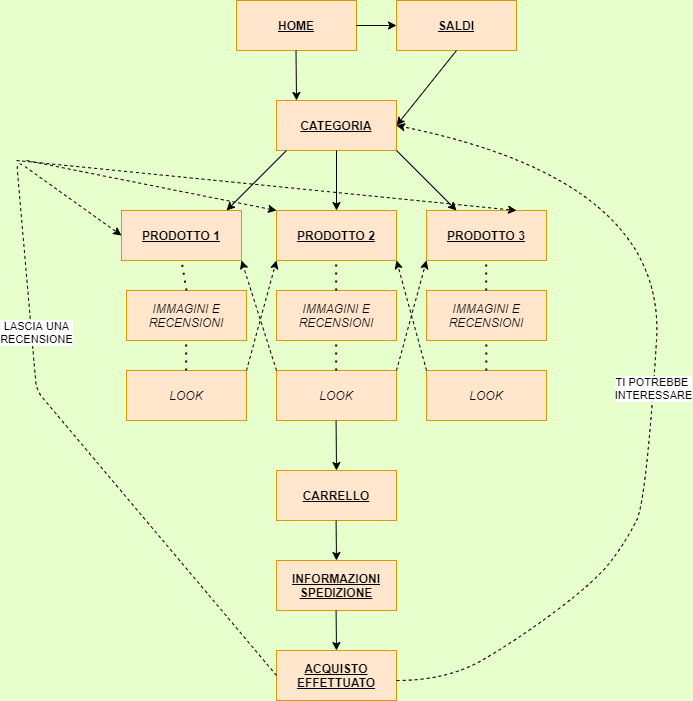
The draw.io diagram AVA Clothing/MappaContenuti.png in Alfio00/AVAClothing, before a commit. Source tidied: cells renumbered, new cells last; positions are measured from the earlier drawing's top-left corner, leaving out a move shared by most shapes. The source it was exported from:
```xml
<mxGraphModel background="#E6FFCC">
  <root>
    <mxCell id="0" />
    <mxCell id="1" parent="0" />
    <mxCell id="2" value="HOME" style="rounded=0;whiteSpace=wrap;html=1;fillColor=#ffe6cc;strokeColor=#d79b00;fontStyle=5;" parent="1" vertex="1">
      <mxGeometry x="220" width="120" height="50" as="geometry" />
    </mxCell>
    <mxCell id="3" value="CATEGORIA" style="rounded=0;whiteSpace=wrap;html=1;fillColor=#ffe6cc;strokeColor=#d79b00;fontStyle=5;" parent="1" vertex="1">
      <mxGeometry x="260" y="100" width="120" height="50" as="geometry" />
    </mxCell>
    <mxCell id="4" value="PRODOTTO 1" style="rounded=0;whiteSpace=wrap;html=1;fillColor=#ffe6cc;strokeColor=#d79b00;fontStyle=5;" parent="1" vertex="1">
      <mxGeometry x="105" y="210" width="120" height="50" as="geometry" />
    </mxCell>
    <mxCell id="5" value="PRODOTTO 3" style="rounded=0;whiteSpace=wrap;html=1;fillColor=#ffe6cc;strokeColor=#d79b00;fontStyle=5;" parent="1" vertex="1">
      <mxGeometry x="410" y="210" width="120" height="50" as="geometry" />
    </mxCell>
    <mxCell id="6" value="PRODOTTO 2" style="rounded=0;whiteSpace=wrap;html=1;fillColor=#ffe6cc;strokeColor=#d79b00;fontStyle=5;" parent="1" vertex="1">
      <mxGeometry x="260" y="210" width="120" height="50" as="geometry" />
    </mxCell>
    <mxCell id="7" value="SALDI" style="rounded=0;whiteSpace=wrap;html=1;fillColor=#ffe6cc;strokeColor=#d79b00;fontStyle=5;" parent="1" vertex="1">
      <mxGeometry x="380" width="120" height="50" as="geometry" />
    </mxCell>
    <mxCell id="8" value="CARRELLO" style="rounded=0;whiteSpace=wrap;html=1;fillColor=#ffe6cc;strokeColor=#d79b00;fontStyle=5;" parent="1" vertex="1">
      <mxGeometry x="260" y="470" width="120" height="50" as="geometry" />
    </mxCell>
    <mxCell id="9" value="INFORMAZIONI SPEDIZIONE" style="rounded=0;whiteSpace=wrap;html=1;fillColor=#ffe6cc;strokeColor=#d79b00;fontStyle=5;" parent="1" vertex="1">
      <mxGeometry x="260" y="560" width="120" height="50" as="geometry" />
    </mxCell>
    <mxCell id="10" value="ACQUISTO EFFETTUATO" style="rounded=0;whiteSpace=wrap;html=1;fillColor=#ffe6cc;strokeColor=#d79b00;fontStyle=5;" parent="1" vertex="1">
      <mxGeometry x="260" y="650" width="120" height="50" as="geometry" />
    </mxCell>
    <mxCell id="11" style="endArrow=classic;html=1;entryX=0;entryY=0.5;entryDx=0;entryDy=0;exitX=1;exitY=0.5;exitDx=0;exitDy=0;" parent="1" edge="1" source="2" target="7">
      <mxGeometry relative="1" as="geometry" />
    </mxCell>
    <mxCell id="12" style="endArrow=classic;html=1;entryX=1;entryY=0.5;entryDx=0;entryDy=0;exitX=0.5;exitY=1;exitDx=0;exitDy=0;" parent="1" edge="1" source="7" target="3">
      <mxGeometry relative="1" as="geometry" />
    </mxCell>
    <mxCell id="13" style="endArrow=classic;html=1;" parent="1" edge="1">
      <mxGeometry relative="1" as="geometry">
        <mxPoint x="279.5" y="50" as="sourcePoint" />
        <mxPoint x="280" y="100" as="targetPoint" />
      </mxGeometry>
    </mxCell>
    <mxCell id="14" value="IMMAGINI E RECENSIONI" style="rounded=0;whiteSpace=wrap;html=1;fillColor=#ffe6cc;strokeColor=#d79b00;fontStyle=2;" parent="1" vertex="1">
      <mxGeometry x="110" y="290" width="120" height="50" as="geometry" />
    </mxCell>
    <mxCell id="15" value="LOOK" style="rounded=0;whiteSpace=wrap;html=1;fillColor=#ffe6cc;strokeColor=#d79b00;fontStyle=2;" parent="1" vertex="1">
      <mxGeometry x="110" y="370" width="120" height="50" as="geometry" />
    </mxCell>
    <mxCell id="16" value="IMMAGINI E RECENSIONI" style="rounded=0;whiteSpace=wrap;html=1;fillColor=#ffe6cc;strokeColor=#d79b00;fontStyle=2;" parent="1" vertex="1">
      <mxGeometry x="260" y="290" width="120" height="50" as="geometry" />
    </mxCell>
    <mxCell id="17" value="LOOK" style="rounded=0;whiteSpace=wrap;html=1;fillColor=#ffe6cc;strokeColor=#d79b00;fontStyle=2;" parent="1" vertex="1">
      <mxGeometry x="260" y="370" width="120" height="50" as="geometry" />
    </mxCell>
    <mxCell id="18" value="IMMAGINI E RECENSIONI" style="rounded=0;whiteSpace=wrap;html=1;fillColor=#ffe6cc;strokeColor=#d79b00;fontStyle=2;" parent="1" vertex="1">
      <mxGeometry x="410" y="290" width="120" height="50" as="geometry" />
    </mxCell>
    <mxCell id="19" value="LOOK" style="rounded=0;whiteSpace=wrap;html=1;fillColor=#ffe6cc;strokeColor=#d79b00;fontStyle=2;" parent="1" vertex="1">
      <mxGeometry x="410" y="370" width="120" height="50" as="geometry" />
    </mxCell>
    <mxCell id="20" style="endArrow=classic;html=1;" parent="1" edge="1">
      <mxGeometry relative="1" as="geometry">
        <mxPoint x="270" y="150" as="sourcePoint" />
        <mxPoint x="210" y="210" as="targetPoint" />
      </mxGeometry>
    </mxCell>
    <mxCell id="21" style="endArrow=classic;html=1;exitX=0.5;exitY=1;exitDx=0;exitDy=0;" parent="1" edge="1" source="3" target="6">
      <mxGeometry relative="1" as="geometry" />
    </mxCell>
    <mxCell id="22" style="endArrow=classic;html=1;entryX=0.25;entryY=0;entryDx=0;entryDy=0;exitX=1;exitY=1;exitDx=0;exitDy=0;" parent="1" edge="1" source="3" target="5">
      <mxGeometry relative="1" as="geometry" />
    </mxCell>
    <mxCell id="23" style="endArrow=none;dashed=1;html=1;dashPattern=1 3;strokeWidth=2;exitX=0.5;exitY=0;exitDx=0;exitDy=0;entryX=0.5;entryY=1;entryDx=0;entryDy=0;" parent="1" edge="1" source="14" target="4">
      <mxGeometry relative="1" as="geometry" />
    </mxCell>
    <mxCell id="24" style="endArrow=none;dashed=1;html=1;dashPattern=1 3;strokeWidth=2;exitX=0.5;exitY=0;exitDx=0;exitDy=0;entryX=0.5;entryY=1;entryDx=0;entryDy=0;" parent="1" edge="1">
      <mxGeometry relative="1" as="geometry">
        <mxPoint x="169.7" y="370" as="sourcePoint" />
        <mxPoint x="169.7" y="340" as="targetPoint" />
      </mxGeometry>
    </mxCell>
    <mxCell id="25" style="endArrow=none;dashed=1;html=1;dashPattern=1 3;strokeWidth=2;exitX=0.5;exitY=0;exitDx=0;exitDy=0;entryX=0.5;entryY=1;entryDx=0;entryDy=0;" parent="1" edge="1">
      <mxGeometry relative="1" as="geometry">
        <mxPoint x="319.7" y="290" as="sourcePoint" />
        <mxPoint x="319.7" y="260" as="targetPoint" />
      </mxGeometry>
    </mxCell>
    <mxCell id="26" style="endArrow=none;dashed=1;html=1;dashPattern=1 3;strokeWidth=2;exitX=0.5;exitY=0;exitDx=0;exitDy=0;entryX=0.5;entryY=1;entryDx=0;entryDy=0;" parent="1" edge="1">
      <mxGeometry relative="1" as="geometry">
        <mxPoint x="319.7" y="370" as="sourcePoint" />
        <mxPoint x="319.7" y="340" as="targetPoint" />
      </mxGeometry>
    </mxCell>
    <mxCell id="27" style="endArrow=none;dashed=1;html=1;dashPattern=1 3;strokeWidth=2;exitX=0.5;exitY=0;exitDx=0;exitDy=0;entryX=0.5;entryY=1;entryDx=0;entryDy=0;" parent="1" edge="1">
      <mxGeometry relative="1" as="geometry">
        <mxPoint x="469.7" y="290" as="sourcePoint" />
        <mxPoint x="469.7" y="260" as="targetPoint" />
      </mxGeometry>
    </mxCell>
    <mxCell id="28" style="endArrow=none;dashed=1;html=1;dashPattern=1 3;strokeWidth=2;exitX=0.5;exitY=0;exitDx=0;exitDy=0;entryX=0.5;entryY=1;entryDx=0;entryDy=0;" parent="1" edge="1">
      <mxGeometry relative="1" as="geometry">
        <mxPoint x="469.8" y="370" as="sourcePoint" />
        <mxPoint x="469.8" y="340" as="targetPoint" />
      </mxGeometry>
    </mxCell>
    <mxCell id="29" style="endArrow=classic;html=1;dashed=1;entryX=0;entryY=1;entryDx=0;entryDy=0;exitX=1;exitY=0;exitDx=0;exitDy=0;" parent="1" edge="1" source="15" target="6">
      <mxGeometry relative="1" as="geometry" />
    </mxCell>
    <mxCell id="30" style="endArrow=classic;html=1;dashed=1;entryX=0;entryY=1;entryDx=0;entryDy=0;exitX=1;exitY=0;exitDx=0;exitDy=0;" parent="1" edge="1" target="5">
      <mxGeometry relative="1" as="geometry">
        <mxPoint x="380" y="370" as="sourcePoint" />
      </mxGeometry>
    </mxCell>
    <mxCell id="31" style="endArrow=classic;html=1;dashed=1;entryX=1;entryY=1;entryDx=0;entryDy=0;exitX=1;exitY=0;exitDx=0;exitDy=0;" parent="1" edge="1" target="4">
      <mxGeometry relative="1" as="geometry">
        <mxPoint x="260" y="370" as="sourcePoint" />
      </mxGeometry>
    </mxCell>
    <mxCell id="32" style="endArrow=classic;html=1;dashed=1;entryX=1;entryY=1;entryDx=0;entryDy=0;exitX=0;exitY=0;exitDx=0;exitDy=0;" parent="1" edge="1" source="19" target="6">
      <mxGeometry relative="1" as="geometry" />
    </mxCell>
    <mxCell id="33" style="endArrow=classic;html=1;exitX=0.5;exitY=1;exitDx=0;exitDy=0;" parent="1" edge="1">
      <mxGeometry relative="1" as="geometry">
        <mxPoint x="319.6" y="420" as="sourcePoint" />
        <mxPoint x="320" y="470" as="targetPoint" />
      </mxGeometry>
    </mxCell>
    <mxCell id="34" style="endArrow=classic;html=1;exitX=0.5;exitY=1;exitDx=0;exitDy=0;" parent="1" edge="1">
      <mxGeometry relative="1" as="geometry">
        <mxPoint x="319.6" y="520" as="sourcePoint" />
        <mxPoint x="320" y="560" as="targetPoint" />
      </mxGeometry>
    </mxCell>
    <mxCell id="35" style="endArrow=classic;html=1;exitX=0.5;exitY=1;exitDx=0;exitDy=0;" parent="1" edge="1">
      <mxGeometry relative="1" as="geometry">
        <mxPoint x="319.6" y="610" as="sourcePoint" />
        <mxPoint x="320" y="650" as="targetPoint" />
      </mxGeometry>
    </mxCell>
    <mxCell id="36" style="curved=1;endArrow=classic;html=1;dashed=1;entryX=1;entryY=0.5;entryDx=0;entryDy=0;" parent="1" edge="1" target="3">
      <mxGeometry relative="1" as="geometry">
        <mxPoint x="380" y="680" as="sourcePoint" />
        <Array as="points">
          <mxPoint x="430" y="680" />
          <mxPoint x="500" y="640" />
          <mxPoint x="580" y="580" />
          <mxPoint x="610" y="540" />
          <mxPoint x="630" y="500" />
          <mxPoint x="650" y="180" />
        </Array>
      </mxGeometry>
    </mxCell>
    <mxCell id="37" value="TI POTREBBE&amp;nbsp;&lt;br&gt;INTERESSARE" style="edgeLabel;html=1;align=center;verticalAlign=middle;" parent="36" vertex="1">
      <mxGeometry x="-0.05" y="1" relative="1" as="geometry" />
    </mxCell>
    <mxCell id="38" style="endArrow=classic;html=1;dashed=1;exitX=0;exitY=0.5;exitDx=0;exitDy=0;entryX=0;entryY=0.5;entryDx=0;entryDy=0;" parent="1" edge="1" source="10" target="4">
      <mxGeometry relative="1" as="geometry">
        <Array as="points">
          <mxPoint x="20" y="390" />
          <mxPoint y="160" />
        </Array>
      </mxGeometry>
    </mxCell>
    <mxCell id="39" value="LASCIA UNA&lt;br&gt;RECENSIONE" style="edgeLabel;html=1;align=center;verticalAlign=middle;" parent="38" vertex="1">
      <mxGeometry x="0.18" y="-4" relative="1" as="geometry" />
    </mxCell>
    <mxCell id="40" style="endArrow=classic;html=1;dashed=1;entryX=0;entryY=0;entryDx=0;entryDy=0;" parent="1" edge="1" target="6">
      <mxGeometry relative="1" as="geometry">
        <mxPoint x="10" y="160" as="sourcePoint" />
      </mxGeometry>
    </mxCell>
    <mxCell id="41" style="endArrow=classic;html=1;dashed=1;entryX=0.75;entryY=0;entryDx=0;entryDy=0;" parent="1" edge="1" target="5">
      <mxGeometry relative="1" as="geometry">
        <mxPoint y="160" as="sourcePoint" />
      </mxGeometry>
    </mxCell>
  </root>
</mxGraphModel>
```
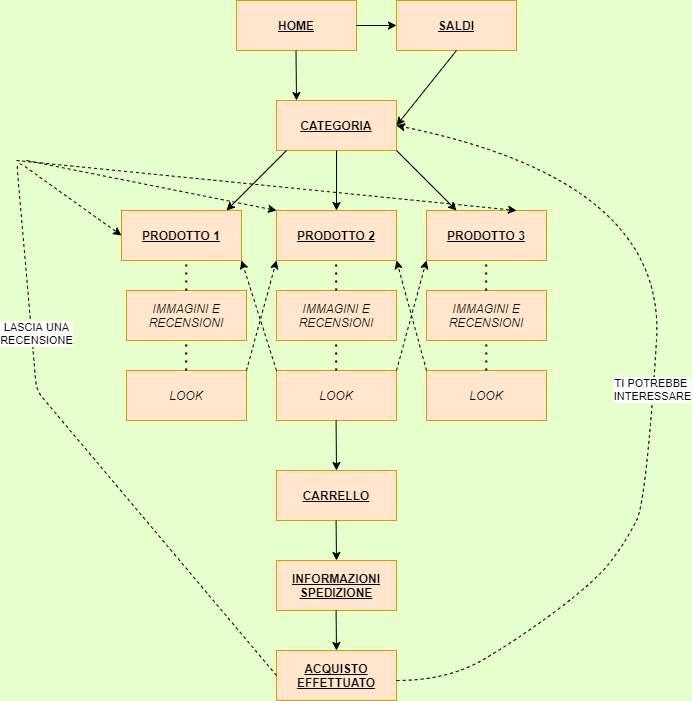
The same diagram one commit later.

Change to the diagram source:
```diff
@@ -71,9 +71,6 @@
     <mxCell id="22" style="endArrow=classic;html=1;entryX=0.25;entryY=0;entryDx=0;entryDy=0;exitX=1;exitY=1;exitDx=0;exitDy=0;" parent="1" edge="1" source="3" target="5">
       <mxGeometry relative="1" as="geometry" />
     </mxCell>
-    <mxCell id="23" style="endArrow=none;dashed=1;html=1;dashPattern=1 3;strokeWidth=2;exitX=0.5;exitY=0;exitDx=0;exitDy=0;entryX=0.5;entryY=1;entryDx=0;entryDy=0;" parent="1" edge="1" source="14" target="4">
-      <mxGeometry relative="1" as="geometry" />
-    </mxCell>
     <mxCell id="24" style="endArrow=none;dashed=1;html=1;dashPattern=1 3;strokeWidth=2;exitX=0.5;exitY=0;exitDx=0;exitDy=0;entryX=0.5;entryY=1;entryDx=0;entryDy=0;" parent="1" edge="1">
       <mxGeometry relative="1" as="geometry">
         <mxPoint x="169.7" y="370" as="sourcePoint" />
@@ -175,5 +172,11 @@
         <mxPoint y="160" as="sourcePoint" />
       </mxGeometry>
     </mxCell>
+    <mxCell id="42" style="endArrow=none;dashed=1;html=1;dashPattern=1 3;strokeWidth=2;exitX=0.5;exitY=0;exitDx=0;exitDy=0;entryX=0.5;entryY=1;entryDx=0;entryDy=0;" parent="1" edge="1">
+      <mxGeometry relative="1" as="geometry">
+        <mxPoint x="169.8" y="290" as="sourcePoint" />
+        <mxPoint x="169.8" y="260" as="targetPoint" />
+      </mxGeometry>
+    </mxCell>
   </root>
 </mxGraphModel>
```
